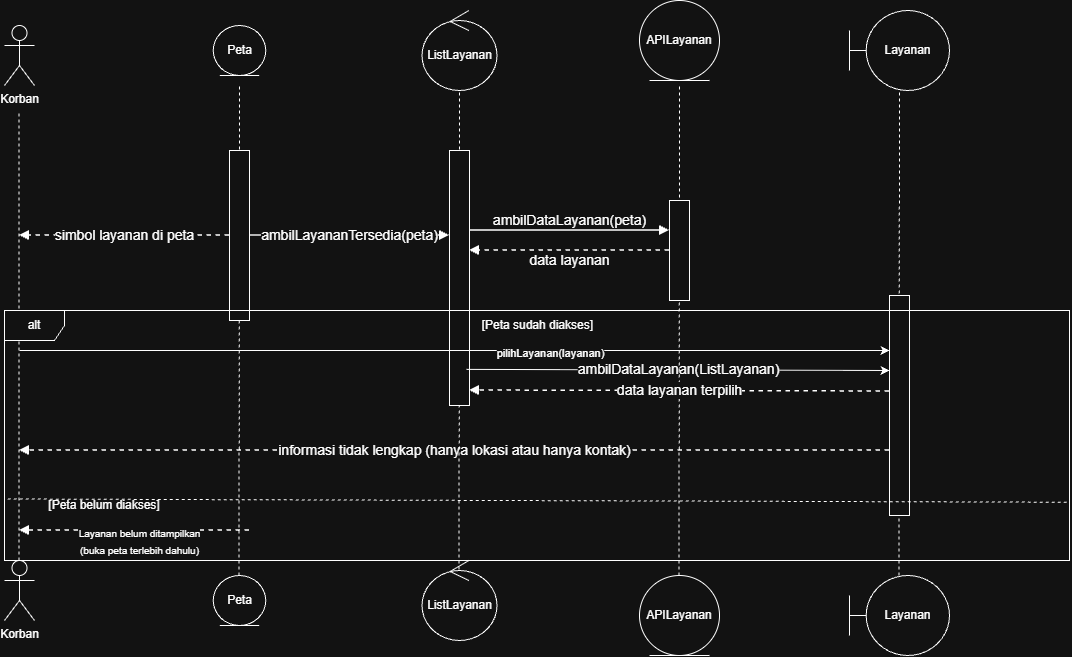
chrishengun123/IF2150-RPL-K02-G10 keeps this draw.io diagram as docs/M7/assets/diagram/SeqUC03ALT1.png. Above is the earlier version. Source tidied: cells renumbered, new cells last; positions are measured from the earlier drawing's top-left corner, leaving out a move shared by most shapes.
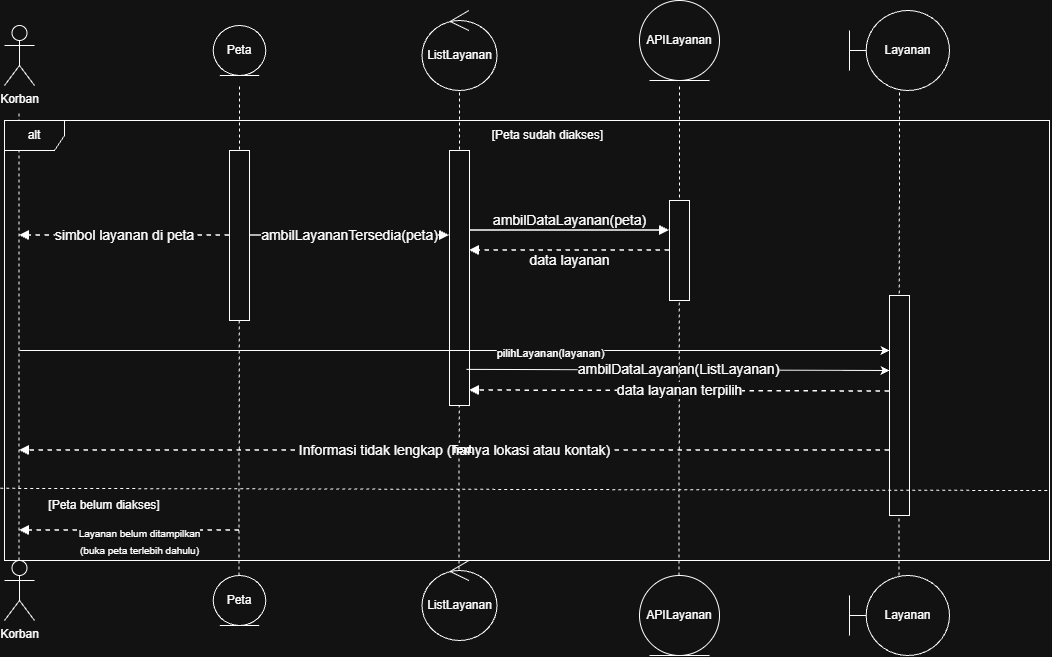
Later version of the same file.

Commit message:
docs:Seq DIAGRAM UC03

The edit, as a diff of the source:
```diff
@@ -33,7 +33,7 @@
     <mxCell id="10" value="simbol layanan di peta" style="html=1;rounded=0;orthogonal=1;jettySize=auto;endArrow=block;endFill=1;dashed=1;strokeWidth=1.5;fontSize=14;" parent="1" edge="1" source="16" target="6">
       <mxGeometry relative="1" as="geometry" />
     </mxCell>
-    <mxCell id="11" value="&lt;font&gt;informasi tidak lengkap (hanya lokasi atau hanya kontak)&lt;/font&gt;" style="html=1;rounded=0;orthogonal=1;jettySize=auto;endArrow=block;endFill=1;dashed=1;strokeWidth=1.5;fontSize=14;" parent="1" edge="1" source="22" target="6">
+    <mxCell id="11" value="Informasi tidak lengkap (hanya lokasi atau kontak)" style="html=1;rounded=0;orthogonal=1;jettySize=auto;endArrow=block;endFill=1;dashed=1;strokeWidth=1.5;fontSize=14;" parent="1" edge="1" source="22" target="6">
       <mxGeometry relative="1" as="geometry">
         <Array as="points">
           <mxPoint x="785" y="450" />
@@ -67,6 +67,9 @@
         <mxPoint x="455" y="85" as="targetPoint" />
       </mxGeometry>
     </mxCell>
+    <mxCell id="41" value="Text" style="edgeLabel;html=1;align=center;verticalAlign=middle;defaultLabelBackgroundColor=gap;" parent="17" vertex="1">
+      <mxGeometry x="-0.48" y="-2" relative="1" as="geometry" />
+    </mxCell>
     <mxCell id="18" style="rounded=0;whiteSpace=wrap;html=1;" parent="1" vertex="1">
       <mxGeometry x="445" y="150" width="20" height="255" as="geometry" />
     </mxCell>
@@ -139,22 +142,20 @@
       </mxGeometry>
     </mxCell>
     <mxCell id="36" value="alt" style="shape=umlFrame;whiteSpace=wrap;html=1;" parent="1" vertex="1">
-      <mxGeometry y="310" width="1065" height="250" as="geometry" />
+      <mxGeometry y="120" width="1045" height="440" as="geometry" />
     </mxCell>
     <mxCell id="37" value="[Peta sudah diakses]&amp;nbsp;" style="text;html=1;whiteSpace=wrap;strokeColor=none;fillColor=none;align=center;verticalAlign=middle;rounded=0;" parent="1" vertex="1">
-      <mxGeometry x="475" y="310" width="120" height="30" as="geometry" />
+      <mxGeometry x="485" y="120" width="120" height="30" as="geometry" />
     </mxCell>
-    <mxCell id="38" style="endArrow=none;dashed=1;html=1;rounded=0;defaultLabelBackgroundColor=gap;exitX=0.003;exitY=0.754;exitDx=0;exitDy=0;exitPerimeter=0;" parent="1" edge="1" source="36">
-      <mxGeometry relative="1" as="geometry">
-        <mxPoint x="1065" y="501.8" as="targetPoint" />
-      </mxGeometry>
+    <mxCell id="38" style="endArrow=none;dashed=1;html=1;rounded=0;defaultLabelBackgroundColor=gap;exitX=-0.004;exitY=0.836;exitDx=0;exitDy=0;exitPerimeter=0;entryX=1;entryY=0.841;entryDx=0;entryDy=0;entryPerimeter=0;" parent="1" edge="1" source="36" target="36">
+      <mxGeometry relative="1" as="geometry" />
     </mxCell>
     <mxCell id="39" value="[Peta belum diakses]" style="text;html=1;whiteSpace=wrap;strokeColor=none;fillColor=none;align=center;verticalAlign=middle;rounded=0;" parent="1" vertex="1">
       <mxGeometry x="35" y="490" width="130" height="30" as="geometry" />
     </mxCell>
     <mxCell id="40" value="&lt;font style=&quot;font-size: 10px;&quot;&gt;Layanan belum ditampilkan&lt;/font&gt;&lt;div&gt;&lt;font style=&quot;font-size: 10px;&quot;&gt;(buka peta terlebih dahulu)&lt;/font&gt;&lt;/div&gt;" style="html=1;rounded=0;orthogonal=1;jettySize=auto;endArrow=block;endFill=1;dashed=1;strokeWidth=1.5;fontSize=14;" parent="1" edge="1">
-      <mxGeometry x="-0.04" y="10" relative="1" as="geometry">
-        <mxPoint x="245" y="530" as="sourcePoint" />
+      <mxGeometry x="-0.09" y="10" relative="1" as="geometry">
+        <mxPoint x="235" y="530" as="sourcePoint" />
         <mxPoint x="15" y="530" as="targetPoint" />
       </mxGeometry>
     </mxCell>
```
